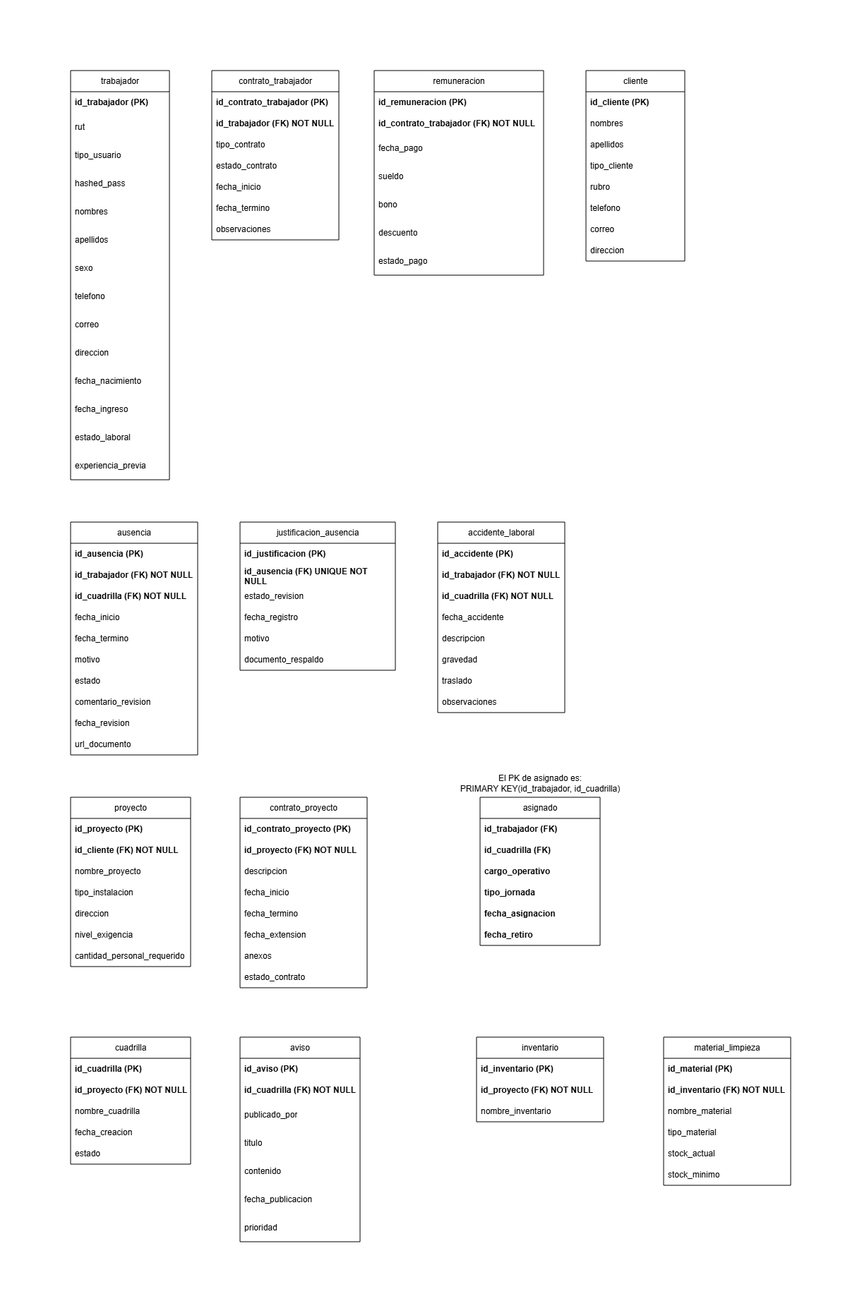
Pablo-Saave/Proyecto-Ingenieria-Software keeps this draw.io diagram as modelos/Modelo-Relacional.png. Above is the earlier version. Source tidied: cells renumbered, new cells last; positions are measured from the earlier drawing's top-left corner, leaving out a move shared by most shapes.
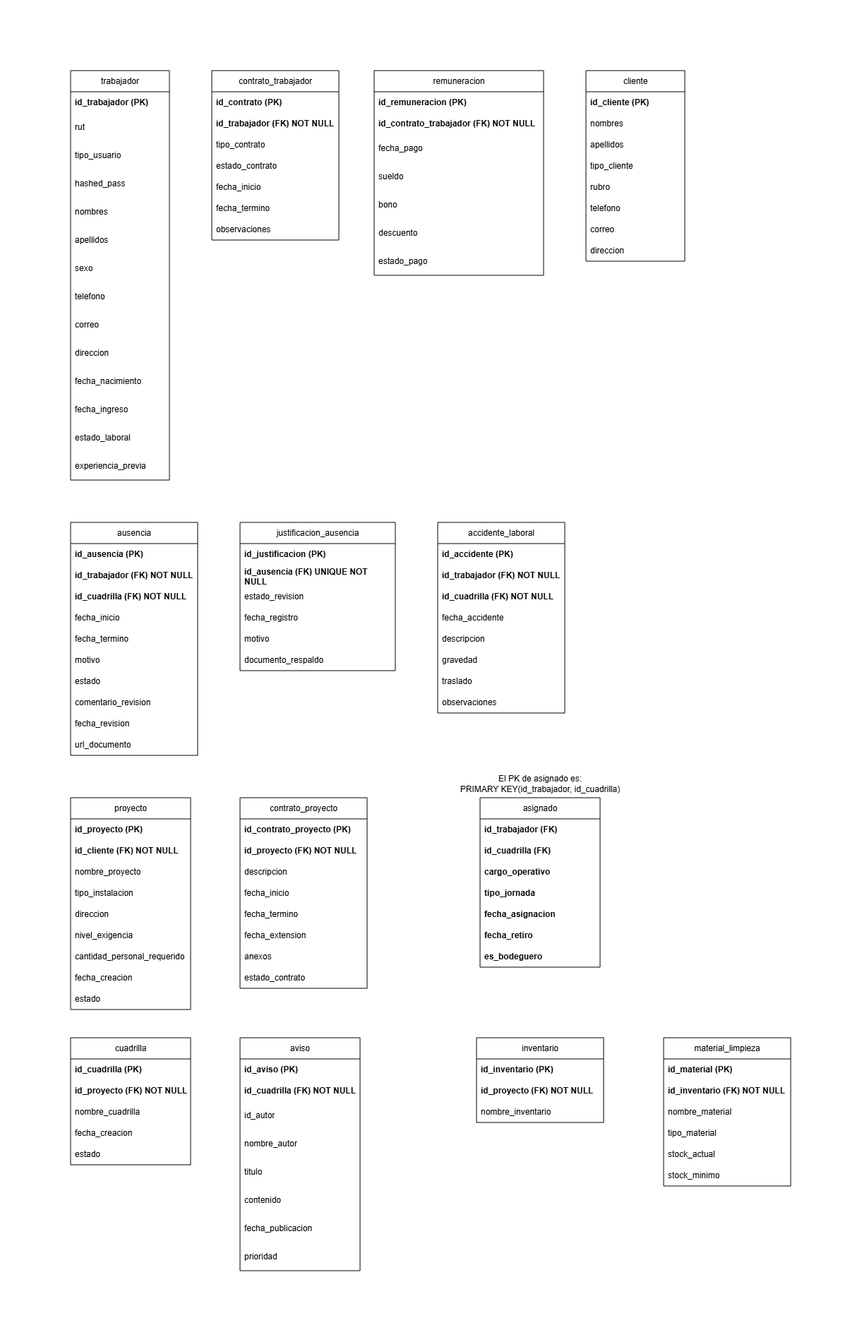
The same file after the commit.

Commit message:
docs(modelos.png): actualizar modelos del directorio

- Actualizar los modelos MER y MR del directorio modelos para reflejar
  los cambios recientes del diseño

Change to the diagram source:
```diff
@@ -50,7 +50,7 @@
     <mxCell id="17" value="contrato_trabajador" style="swimlane;fontStyle=0;horizontal=1;startSize=30;whiteSpace=wrap;html=1;" parent="1" vertex="1">
       <mxGeometry x="200" width="180" height="240" as="geometry" />
     </mxCell>
-    <mxCell id="18" value="id_contrato_trabajador (PK)" style="text;strokeColor=none;fillColor=none;align=left;verticalAlign=middle;spacingLeft=4;spacingRight=4;overflow=hidden;whiteSpace=wrap;html=1;fontStyle=1;" parent="17" vertex="1">
+    <mxCell id="18" value="id_contrato (PK)" style="text;strokeColor=none;fillColor=none;align=left;verticalAlign=middle;spacingLeft=4;spacingRight=4;overflow=hidden;whiteSpace=wrap;html=1;fontStyle=1;" parent="17" vertex="1">
       <mxGeometry y="30" width="180" height="30" as="geometry" />
     </mxCell>
     <mxCell id="19" value="id_trabajador (FK) NOT NULL" style="text;strokeColor=none;fillColor=none;align=left;verticalAlign=middle;spacingLeft=4;spacingRight=4;overflow=hidden;whiteSpace=wrap;html=1;fontStyle=1;" parent="17" vertex="1">
@@ -177,7 +177,7 @@
       <mxGeometry y="240" width="180" height="30" as="geometry" />
     </mxCell>
     <mxCell id="60" value="proyecto" style="swimlane;fontStyle=0;horizontal=1;startSize=30;whiteSpace=wrap;html=1;" parent="1" vertex="1">
-      <mxGeometry y="1030" width="170" height="240" as="geometry" />
+      <mxGeometry y="1030" width="170" height="300" as="geometry" />
     </mxCell>
     <mxCell id="61" value="id_proyecto (PK)" style="text;strokeColor=none;fillColor=none;align=left;verticalAlign=middle;spacingLeft=4;spacingRight=4;overflow=hidden;whiteSpace=wrap;html=1;fontStyle=1;" parent="60" vertex="1">
       <mxGeometry y="30" width="170" height="30" as="geometry" />
@@ -200,6 +200,12 @@
     <mxCell id="67" value="cantidad_personal_requerido" style="text;strokeColor=none;fillColor=none;align=left;verticalAlign=middle;spacingLeft=4;spacingRight=4;overflow=hidden;whiteSpace=wrap;html=1;" parent="60" vertex="1">
       <mxGeometry y="210" width="170" height="30" as="geometry" />
     </mxCell>
+    <mxCell id="119" value="fecha_creacion" style="text;strokeColor=none;fillColor=none;align=left;verticalAlign=middle;spacingLeft=4;spacingRight=4;overflow=hidden;whiteSpace=wrap;html=1;" parent="60" vertex="1">
+      <mxGeometry y="240" width="170" height="30" as="geometry" />
+    </mxCell>
+    <mxCell id="120" value="estado" style="text;strokeColor=none;fillColor=none;align=left;verticalAlign=middle;spacingLeft=4;spacingRight=4;overflow=hidden;whiteSpace=wrap;html=1;" parent="60" vertex="1">
+      <mxGeometry y="270" width="170" height="30" as="geometry" />
+    </mxCell>
     <mxCell id="68" value="contrato_proyecto" style="swimlane;fontStyle=0;horizontal=1;startSize=30;whiteSpace=wrap;html=1;" parent="1" vertex="1">
       <mxGeometry x="240" y="1030" width="180" height="270" as="geometry" />
     </mxCell>
@@ -246,7 +252,7 @@
       <mxGeometry y="150" width="170" height="30" as="geometry" />
     </mxCell>
     <mxCell id="83" value="aviso" style="swimlane;fontStyle=0;horizontal=1;startSize=30;whiteSpace=wrap;html=1;" parent="1" vertex="1">
-      <mxGeometry x="240" y="1370" width="170" height="290" as="geometry" />
+      <mxGeometry x="240" y="1370" width="170" height="330" as="geometry" />
     </mxCell>
     <mxCell id="84" value="id_aviso (PK)" style="text;strokeColor=none;fillColor=none;align=left;verticalAlign=middle;spacingLeft=4;spacingRight=4;overflow=hidden;whiteSpace=wrap;html=1;fontStyle=1;" parent="83" vertex="1">
       <mxGeometry y="30" width="170" height="30" as="geometry" />
@@ -254,23 +260,26 @@
     <mxCell id="85" value="id_cuadrilla (FK) NOT NULL" style="text;strokeColor=none;fillColor=none;align=left;verticalAlign=middle;spacingLeft=4;spacingRight=4;overflow=hidden;whiteSpace=wrap;html=1;fontStyle=1;" parent="83" vertex="1">
       <mxGeometry y="60" width="170" height="30" as="geometry" />
     </mxCell>
-    <mxCell id="86" value="publicado_por" style="text;strokeColor=none;fillColor=none;align=left;verticalAlign=middle;spacingLeft=4;spacingRight=4;overflow=hidden;whiteSpace=wrap;html=1;" parent="83" vertex="1">
+    <mxCell id="86" value="id_autor" style="text;strokeColor=none;fillColor=none;align=left;verticalAlign=middle;spacingLeft=4;spacingRight=4;overflow=hidden;whiteSpace=wrap;html=1;" parent="83" vertex="1">
       <mxGeometry y="90" width="170" height="40" as="geometry" />
     </mxCell>
+    <mxCell id="121" value="nombre_autor" style="text;strokeColor=none;fillColor=none;align=left;verticalAlign=middle;spacingLeft=4;spacingRight=4;overflow=hidden;whiteSpace=wrap;html=1;" parent="83" vertex="1">
+      <mxGeometry y="130" width="170" height="40" as="geometry" />
+    </mxCell>
     <mxCell id="87" value="titulo" style="text;strokeColor=none;fillColor=none;align=left;verticalAlign=middle;spacingLeft=4;spacingRight=4;overflow=hidden;whiteSpace=wrap;html=1;" parent="83" vertex="1">
-      <mxGeometry y="130" width="170" height="40" as="geometry" />
+      <mxGeometry y="170" width="170" height="40" as="geometry" />
     </mxCell>
     <mxCell id="88" value="contenido" style="text;strokeColor=none;fillColor=none;align=left;verticalAlign=middle;spacingLeft=4;spacingRight=4;overflow=hidden;whiteSpace=wrap;html=1;" parent="83" vertex="1">
-      <mxGeometry y="170" width="170" height="40" as="geometry" />
+      <mxGeometry y="210" width="170" height="40" as="geometry" />
     </mxCell>
     <mxCell id="89" value="fecha_publicacion" style="text;strokeColor=none;fillColor=none;align=left;verticalAlign=middle;spacingLeft=4;spacingRight=4;overflow=hidden;whiteSpace=wrap;html=1;" parent="83" vertex="1">
-      <mxGeometry y="210" width="170" height="40" as="geometry" />
+      <mxGeometry y="250" width="170" height="40" as="geometry" />
     </mxCell>
     <mxCell id="90" value="prioridad" style="text;strokeColor=none;fillColor=none;align=left;verticalAlign=middle;spacingLeft=4;spacingRight=4;overflow=hidden;whiteSpace=wrap;html=1;" parent="83" vertex="1">
-      <mxGeometry y="250" width="170" height="40" as="geometry" />
+      <mxGeometry y="290" width="170" height="40" as="geometry" />
     </mxCell>
     <mxCell id="91" value="asignado" style="swimlane;fontStyle=0;horizontal=1;startSize=30;whiteSpace=wrap;html=1;" parent="1" vertex="1">
-      <mxGeometry x="580" y="1030" width="170" height="210" as="geometry" />
+      <mxGeometry x="580" y="1030" width="170" height="240" as="geometry" />
     </mxCell>
     <mxCell id="92" value="id_trabajador (FK)" style="text;strokeColor=none;fillColor=none;align=left;verticalAlign=middle;spacingLeft=4;spacingRight=4;overflow=hidden;whiteSpace=wrap;html=1;fontStyle=1;" parent="91" vertex="1">
       <mxGeometry y="30" width="170" height="30" as="geometry" />
@@ -290,6 +299,9 @@
     <mxCell id="97" value="fecha_retiro" style="text;strokeColor=none;fillColor=none;align=left;verticalAlign=middle;spacingLeft=4;spacingRight=4;overflow=hidden;whiteSpace=wrap;html=1;fontStyle=1;" parent="91" vertex="1">
       <mxGeometry y="180" width="170" height="30" as="geometry" />
     </mxCell>
+    <mxCell id="122" value="es_bodeguero" style="text;strokeColor=none;fillColor=none;align=left;verticalAlign=middle;spacingLeft=4;spacingRight=4;overflow=hidden;whiteSpace=wrap;html=1;fontStyle=1;" parent="91" vertex="1">
+      <mxGeometry y="210" width="170" height="30" as="geometry" />
+    </mxCell>
     <mxCell id="98" value="El PK de asignado es:&lt;div&gt;&lt;span class=&quot;ͼg&quot;&gt;PRIMARY&lt;/span&gt; &lt;span class=&quot;ͼg&quot;&gt;KEY&lt;/span&gt;(id_trabajador, id_cuadrilla)&lt;/div&gt;" style="text;html=1;whiteSpace=wrap;strokeColor=none;fillColor=none;align=center;verticalAlign=middle;rounded=0;" parent="1" vertex="1">
       <mxGeometry x="495" y="980" width="340" height="60" as="geometry" />
     </mxCell>
```
